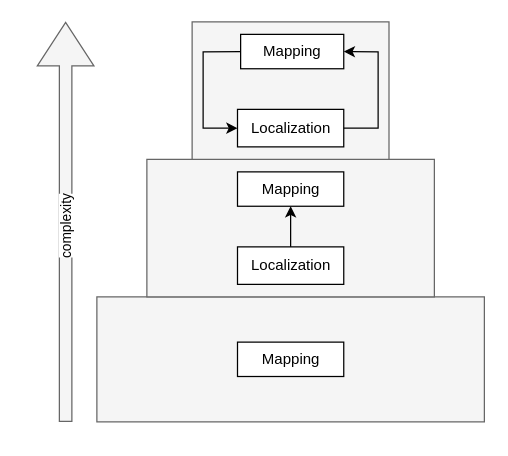
mjpc13/master-dissertation keeps this draw.io diagram as misc/diagrams/mapping taxo.drawio. Above is the earlier version. Source tidied: cells renumbered, new cells numbered last; positions are measured from the earlier drawing's top-left corner, leaving out a move shared by most shapes. Both pictures are drawn from the tidied source at 125%, with x=0, y=0 at pixel (65, 21).
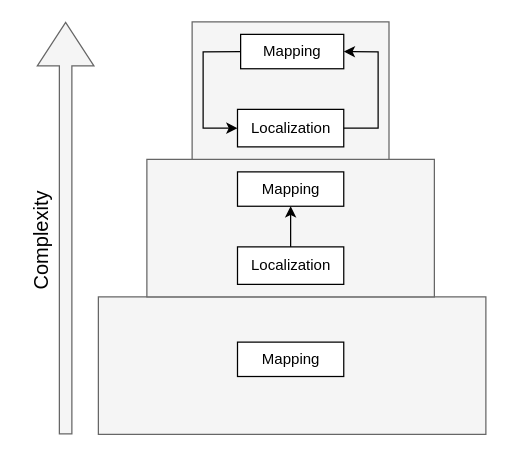
The same page after the edit.

Diff of the diagram source:
```diff
@@
 <mxGraphModel>
   <root>
     <mxCell id="0" />
     <mxCell id="1" parent="0" />
     <mxCell id="2" style="rounded=0;whiteSpace=wrap;html=1;fillColor=#f5f5f5;fontColor=#333333;strokeColor=#666666;" parent="1" vertex="1">
-      <mxGeometry x="25" y="220" width="310" height="100" as="geometry" />
+      <mxGeometry x="26.2" y="220" width="310" height="110" as="geometry" />
     </mxCell>
     <mxCell id="3" style="rounded=0;whiteSpace=wrap;html=1;fillColor=#f5f5f5;strokeColor=#666666;fontColor=#333333;" parent="1" vertex="1">
       <mxGeometry x="65" y="110" width="230" height="110" as="geometry" />
     </mxCell>
     <mxCell id="4" style="rounded=0;whiteSpace=wrap;html=1;fillColor=#f5f5f5;strokeColor=#666666;fontColor=#333333;" parent="1" vertex="1">
       <mxGeometry x="101.2" width="157.5" height="110" as="geometry" />
     </mxCell>
     <mxCell id="5" style="edgeStyle=orthogonalEdgeStyle;rounded=0;jettySize=auto;html=1;" parent="1" edge="1" source="6" target="8">
       <mxGeometry relative="1" as="geometry" />
     </mxCell>
     <mxCell id="6" value="&lt;div&gt;Localization&lt;/div&gt;" style="rounded=0;whiteSpace=wrap;html=1;" parent="1" vertex="1">
       <mxGeometry x="137.5" y="180" width="85" height="30" as="geometry" />
     </mxCell>
     <mxCell id="7" value="&lt;div&gt;Mapping&lt;/div&gt;" style="rounded=0;whiteSpace=wrap;html=1;" parent="1" vertex="1">
       <mxGeometry x="137.5" y="256.2" width="85" height="27.5" as="geometry" />
     </mxCell>
     <mxCell id="8" value="&lt;div&gt;Mapping&lt;/div&gt;" style="rounded=0;whiteSpace=wrap;html=1;" parent="1" vertex="1">
       <mxGeometry x="137.5" y="120" width="85" height="27.5" as="geometry" />
     </mxCell>
     <mxCell id="9" value="&lt;div&gt;Localization&lt;/div&gt;" style="rounded=0;whiteSpace=wrap;html=1;" parent="1" vertex="1">
       <mxGeometry x="137.5" y="70" width="85" height="30" as="geometry" />
     </mxCell>
     <mxCell id="10" value="&lt;div&gt;Mapping&lt;/div&gt;" style="rounded=0;whiteSpace=wrap;html=1;" parent="1" vertex="1">
       <mxGeometry x="140" y="10" width="82.5" height="27.5" as="geometry" />
     </mxCell>
     <mxCell id="11" style="endArrow=none;startArrow=classic;html=1;rounded=0;entryX=0;entryY=0.5;entryDx=0;entryDy=0;exitX=0;exitY=0.5;exitDx=0;exitDy=0;endFill=0;" parent="1" edge="1" source="9" target="10">
       <mxGeometry relative="1" as="geometry">
         <Array as="points">
           <mxPoint x="110" y="85" />
           <mxPoint x="110" y="24" />
         </Array>
       </mxGeometry>
     </mxCell>
     <mxCell id="12" style="endArrow=classic;startArrow=none;html=1;rounded=0;entryX=1;entryY=0.5;entryDx=0;entryDy=0;endFill=1;startFill=0;" parent="1" edge="1" source="9" target="10">
       <mxGeometry relative="1" as="geometry">
         <Array as="points">
           <mxPoint x="250" y="85" />
           <mxPoint x="250" y="24" />
         </Array>
       </mxGeometry>
     </mxCell>
     <mxCell id="13" style="shape=flexArrow;endArrow=classic;html=1;rounded=0;endWidth=34.285714285714285;endSize=11.24;fillColor=#f5f5f5;strokeColor=#666666;" parent="1" edge="1">
       <mxGeometry relative="1" as="geometry">
-        <mxPoint y="320" as="sourcePoint" />
+        <mxPoint y="330" as="sourcePoint" />
         <mxPoint as="targetPoint" />
       </mxGeometry>
     </mxCell>
-    <mxCell id="14" value="&lt;div&gt;complexity&lt;/div&gt;" style="edgeLabel;html=1;align=center;verticalAlign=middle;rotation=-90;" parent="13" vertex="1">
-      <mxGeometry x="0.61" relative="1" as="geometry">
-        <mxPoint y="103" as="offset" />
-      </mxGeometry>
-    </mxCell>
+    <mxCell id="15" value="&lt;font style=&quot;font-size: 16px;&quot;&gt;Complexity&lt;/font&gt;" style="text;html=1;strokeColor=none;fillColor=none;align=center;verticalAlign=middle;whiteSpace=wrap;rounded=0;rotation=-90;" parent="1" vertex="1">
+      <mxGeometry x="-50" y="160" width="60" height="30" as="geometry" />
+    </mxCell>
   </root>
 </mxGraphModel>
```
